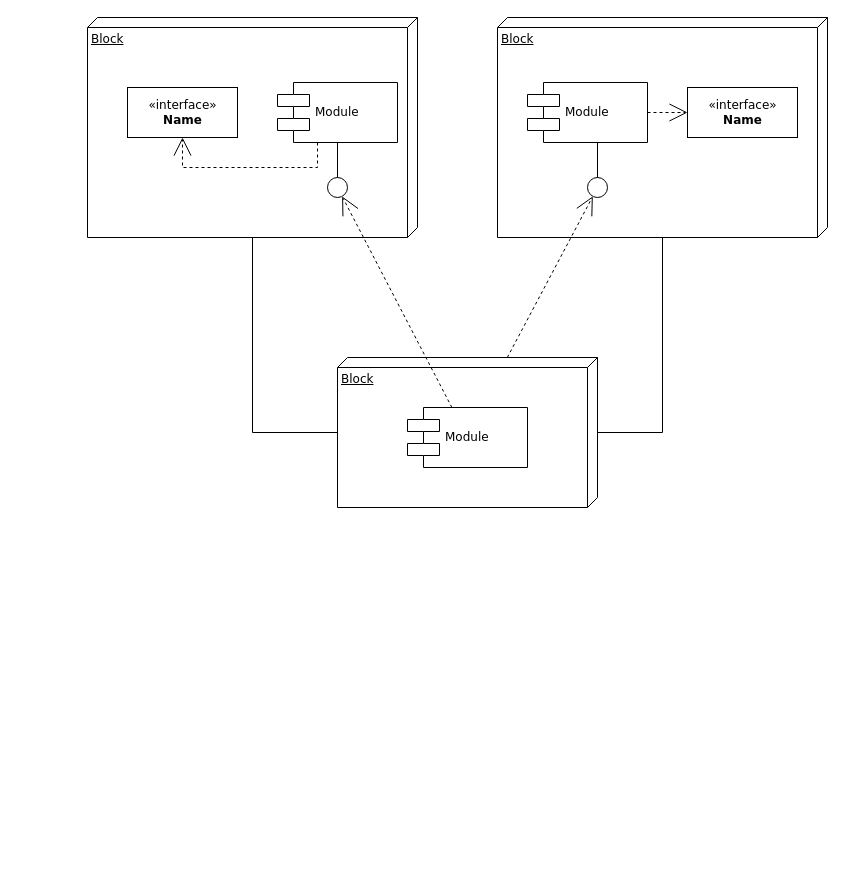
Above: DiagramaDeComponentes.drawio in Jeisyp1/Ingenieria-de-software (draw.io), before the change. Source tidied: cells renumbered, new cells numbered last; positions are measured from the earlier drawing's top-left corner, leaving out a move shared by most shapes. Both pictures are drawn from the tidied source at 100%, with x=0, y=0 at pixel (87, 17).
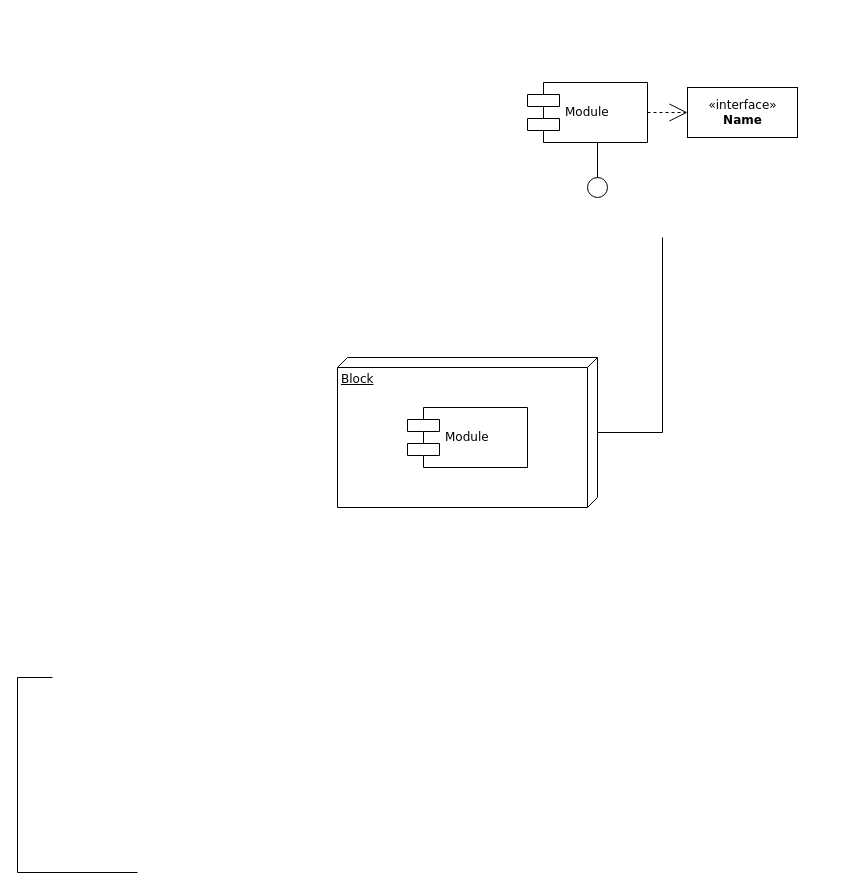
Above is the later version.

The change refers to these unchanged cells:
```xml
<mxCell id="4" value="Block" style="verticalAlign=top;align=left;spacingTop=8;spacingLeft=2;spacingRight=12;shape=cube;size=10;direction=south;fontStyle=4;html=1;rounded=0;shadow=0;comic=0;labelBackgroundColor=none;strokeWidth=1;fontFamily=Verdana;fontSize=12;" parent="1" vertex="1">
  <mxGeometry x="250" y="340" width="260" height="150" as="geometry" />
</mxCell>
<mxCell id="10" style="ellipse;whiteSpace=wrap;html=1;rounded=0;shadow=0;comic=0;labelBackgroundColor=none;strokeWidth=1;fontFamily=Verdana;fontSize=12;align=center;" parent="1" vertex="1">
  <mxGeometry x="500" y="160" width="20" height="20" as="geometry" />
</mxCell>
<mxCell id="11" value="Module" style="shape=component;align=left;spacingLeft=36;rounded=0;shadow=0;comic=0;labelBackgroundColor=none;strokeWidth=1;fontFamily=Verdana;fontSize=12;html=1;" parent="1" vertex="1">
  <mxGeometry x="320" y="390" width="120" height="60" as="geometry" />
</mxCell>
```

What changed in the source:
```diff
@@
-    <mxCell id="2" value="Block" style="verticalAlign=top;align=left;spacingTop=8;spacingLeft=2;spacingRight=12;shape=cube;size=10;direction=south;fontStyle=4;html=1;rounded=0;shadow=0;comic=0;labelBackgroundColor=none;strokeWidth=1;fontFamily=Verdana;fontSize=12;" parent="1" vertex="1">
-      <mxGeometry width="330" height="220" as="geometry" />
-    </mxCell>
-    <mxCell id="3" value="Block" style="verticalAlign=top;align=left;spacingTop=8;spacingLeft=2;spacingRight=12;shape=cube;size=10;direction=south;fontStyle=4;html=1;rounded=0;shadow=0;comic=0;labelBackgroundColor=none;strokeWidth=1;fontFamily=Verdana;fontSize=12;" parent="1" vertex="1">
-      <mxGeometry x="410" width="330" height="220" as="geometry" />
-    </mxCell>
@@
-    <mxCell id="5" value="&amp;laquo;interface&amp;raquo;&lt;br&gt;&lt;b&gt;Name&lt;/b&gt;" style="html=1;rounded=0;shadow=0;comic=0;labelBackgroundColor=none;strokeWidth=1;fontFamily=Verdana;fontSize=12;align=center;" parent="1" vertex="1">
-      <mxGeometry x="40" y="70" width="110" height="50" as="geometry" />
-    </mxCell>
-    <mxCell id="6" value="Module" style="shape=component;align=left;spacingLeft=36;rounded=0;shadow=0;comic=0;labelBackgroundColor=none;strokeWidth=1;fontFamily=Verdana;fontSize=12;html=1;" parent="1" vertex="1">
-      <mxGeometry x="190" y="65" width="120" height="60" as="geometry" />
-    </mxCell>
-    <mxCell id="7" style="ellipse;whiteSpace=wrap;html=1;rounded=0;shadow=0;comic=0;labelBackgroundColor=none;strokeWidth=1;fontFamily=Verdana;fontSize=12;align=center;" parent="1" vertex="1">
-      <mxGeometry x="240" y="160" width="20" height="20" as="geometry" />
-    </mxCell>
@@
-    <mxCell id="12" style="edgeStyle=none;rounded=0;html=1;dashed=1;labelBackgroundColor=none;startArrow=none;startFill=0;startSize=8;endArrow=open;endFill=0;endSize=16;fontFamily=Verdana;fontSize=12;" parent="1" edge="1" source="11" target="7">
-      <mxGeometry relative="1" as="geometry" />
-    </mxCell>
-    <mxCell id="13" style="edgeStyle=none;rounded=0;html=1;dashed=1;labelBackgroundColor=none;startArrow=none;startFill=0;startSize=8;endArrow=open;endFill=0;endSize=16;fontFamily=Verdana;fontSize=12;" parent="1" edge="1" source="4" target="10">
-      <mxGeometry relative="1" as="geometry" />
-    </mxCell>
@@
-    <mxCell id="15" style="edgeStyle=elbowEdgeStyle;rounded=0;html=1;labelBackgroundColor=none;startArrow=none;startFill=0;startSize=8;endArrow=none;endFill=0;endSize=16;fontFamily=Verdana;fontSize=12;" parent="1" edge="1" source="7" target="6">
-      <mxGeometry relative="1" as="geometry" />
-    </mxCell>
-    <mxCell id="16" style="edgeStyle=orthogonalEdgeStyle;rounded=0;html=1;labelBackgroundColor=none;startArrow=none;startFill=0;startSize=8;endArrow=open;endFill=0;endSize=16;fontFamily=Verdana;fontSize=12;dashed=1;" parent="1" edge="1" source="6" target="5">
-      <mxGeometry relative="1" as="geometry">
-        <Array as="points">
-          <mxPoint x="230" y="150" />
-          <mxPoint x="95" y="150" />
-        </Array>
-      </mxGeometry>
-    </mxCell>
@@
-    <mxCell id="18" style="edgeStyle=orthogonalEdgeStyle;rounded=0;html=1;labelBackgroundColor=none;startArrow=none;startFill=0;startSize=8;endArrow=none;endFill=0;endSize=16;fontFamily=Verdana;fontSize=12;" parent="1" edge="1" source="4" target="3">
+    <mxCell id="18" style="edgeStyle=orthogonalEdgeStyle;rounded=0;html=1;labelBackgroundColor=none;startArrow=none;startFill=0;startSize=8;endArrow=none;endFill=0;endSize=16;fontFamily=Verdana;fontSize=12;" parent="1" edge="1" source="4">
       <mxGeometry relative="1" as="geometry">
+        <mxPoint x="575" y="220" as="targetPoint" />
         <Array as="points">
           <mxPoint x="575" y="415" />
         </Array>
       </mxGeometry>
     </mxCell>
-    <mxCell id="19" style="edgeStyle=orthogonalEdgeStyle;rounded=0;html=1;labelBackgroundColor=none;startArrow=none;startFill=0;startSize=8;endArrow=none;endFill=0;endSize=16;fontFamily=Verdana;fontSize=12;" parent="1" edge="1" source="4" target="2">
+    <mxCell id="19" style="edgeStyle=orthogonalEdgeStyle;rounded=0;html=1;labelBackgroundColor=none;startArrow=none;startFill=0;startSize=8;endArrow=none;endFill=0;endSize=16;fontFamily=Verdana;fontSize=12;" parent="1" edge="1">
       <mxGeometry relative="1" as="geometry">
+        <mxPoint x="50" y="855" as="sourcePoint" />
+        <mxPoint x="-35" y="660" as="targetPoint" />
         <Array as="points">
-          <mxPoint x="165" y="415" />
+          <mxPoint x="-70" y="855" />
+          <mxPoint x="-70" y="660" />
         </Array>
       </mxGeometry>
     </mxCell>
```
